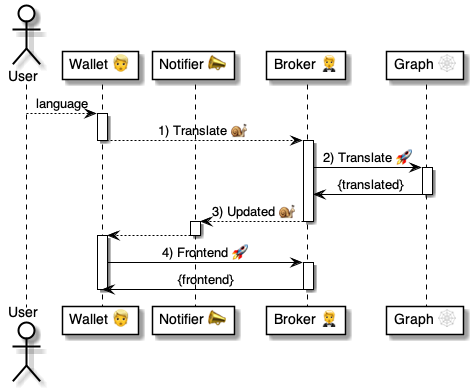
pollyweb-org/pollyweb-docs keeps this PlantUML diagram as 4 ⚙️ Solution/20 🧑‍🦰 UI/Wallets 🧑‍🦰/🧑‍🦰💬 Wallet chats/...in App 🏠/Set Language 💬🤵/🧑‍🦰 Set Language ⚙️ uml.png. Above is the earlier version. Its source is kept beside it as 4 ⚙️ Solution/20 🧑‍🦰 UI/Wallets 🧑‍🦰/🧑‍🦰💬 Wallet chats/...in App 🏠/Set Language 💬🤵/🧑‍🦰 Set Language ⚙️ uml.puml.
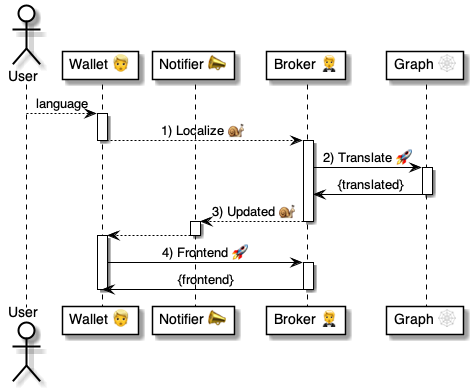
After the change.

The edit, as a diff of the source:
```diff
@@ -8,7 +8,7 @@
 
 user --> wallet: language
 activate wallet
-    wallet --> broker: 1) Translate 🐌
+    wallet --> broker: 1) Localize 🐌
 deactivate wallet
 
 activate broker
```
